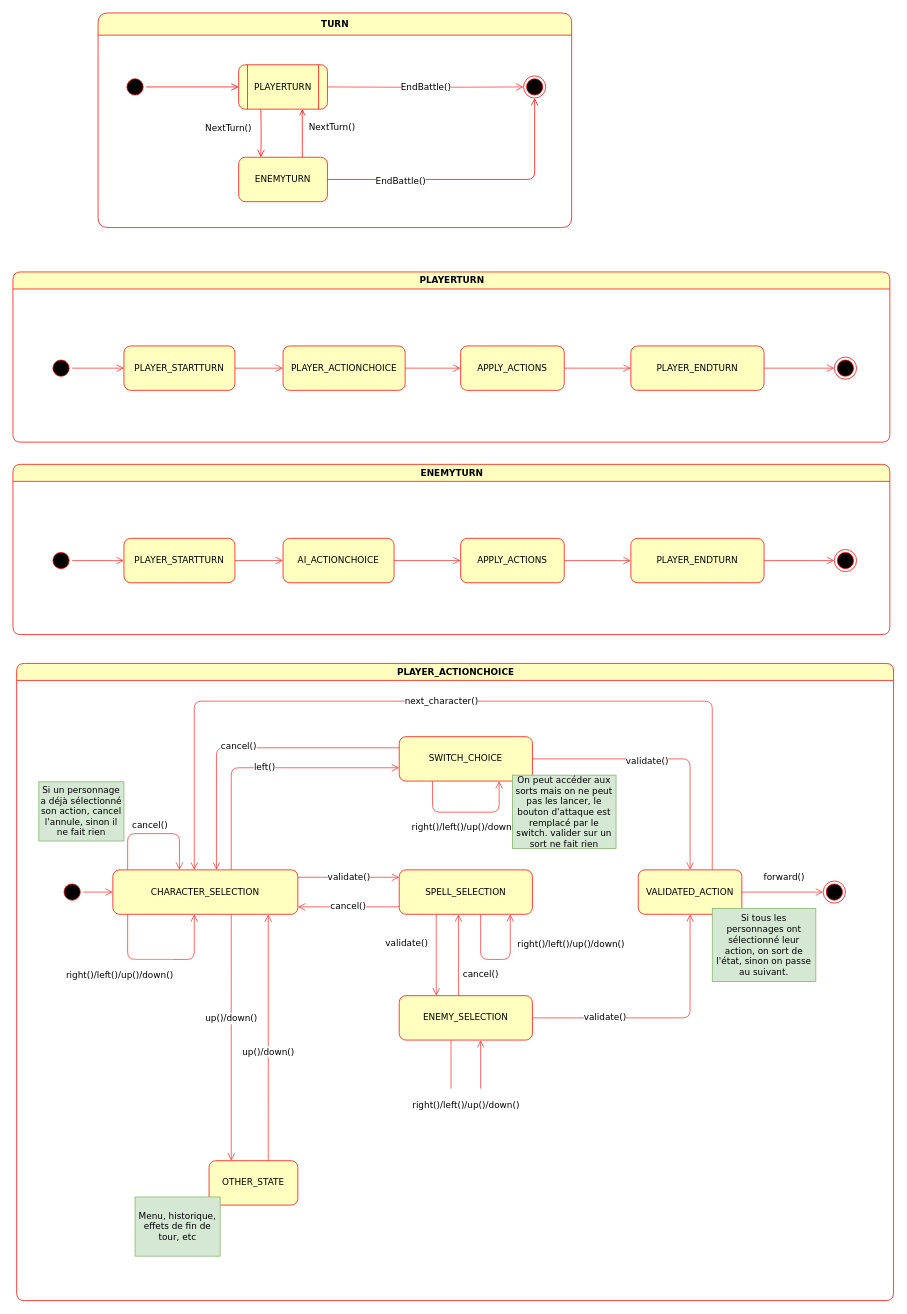
Before: page "TURN, PLAYERTURN, ENEMYTURN, PLAYER_ACTIONCHOICE" (2 of 2) of Assets/Resources/states_modelisation.drawio in Ushien/Genesis-Zero, a draw.io diagram. Source tidied: cells renumbered, new cells numbered last; positions are measured from the earlier drawing's top-left corner, leaving out a move shared by most shapes. Both pictures are drawn from the tidied source at 74%, with x=0, y=0 at pixel (13, 13).
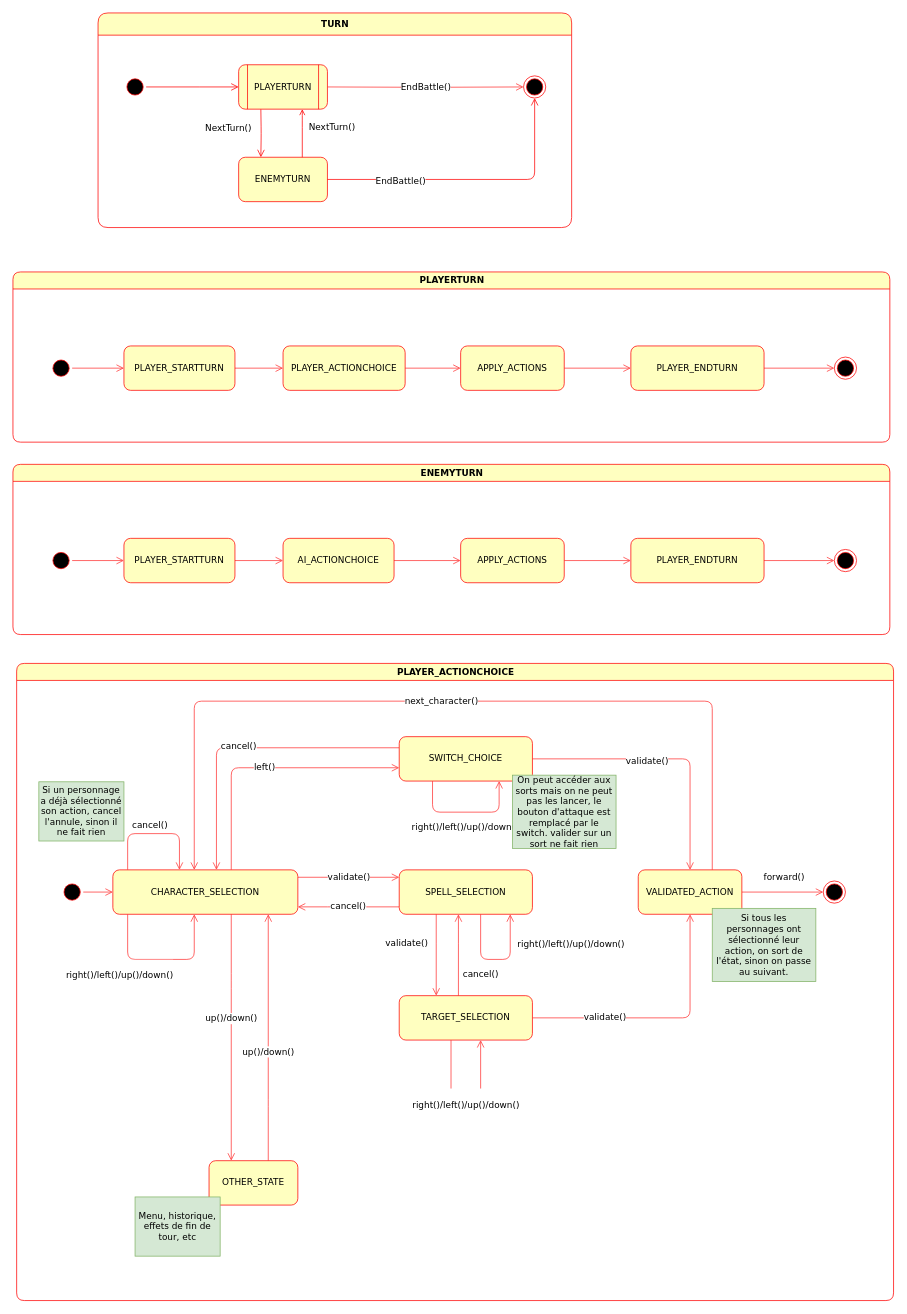
After the change.

Unchanged cells that the change refers to:
```xml
<mxCell id="37" value="PLAYER_ACTIONCHOICE" style="swimlane;shadow=0;labelBackgroundColor=none;comic=0;fontFamily=Verdana;fontSize=12;fontColor=#000000;strokeColor=#ff0000;fillColor=#ffffc0;html=1;rounded=1;" parent="1" vertex="1">
  <mxGeometry x="5" y="879" width="1185" height="861" as="geometry" />
</mxCell>
```

The edit, as a diff of the source:
```diff
@@
-    <mxCell id="52" value="ENEMY_SELECTION" style="whiteSpace=wrap;html=1;shadow=0;labelBackgroundColor=none;comic=0;fontFamily=Verdana;fontSize=12;fontColor=#000000;strokeColor=#ff0000;fillColor=#ffffc0;rounded=1;" parent="37" vertex="1">
+    <mxCell id="52" value="TARGET_SELECTION" style="whiteSpace=wrap;html=1;shadow=0;labelBackgroundColor=none;comic=0;fontFamily=Verdana;fontSize=12;fontColor=#000000;strokeColor=#ff0000;fillColor=#ffffc0;rounded=1;" parent="37" vertex="1">
       <mxGeometry x="517" y="449" width="180" height="60" as="geometry" />
     </mxCell>
```
